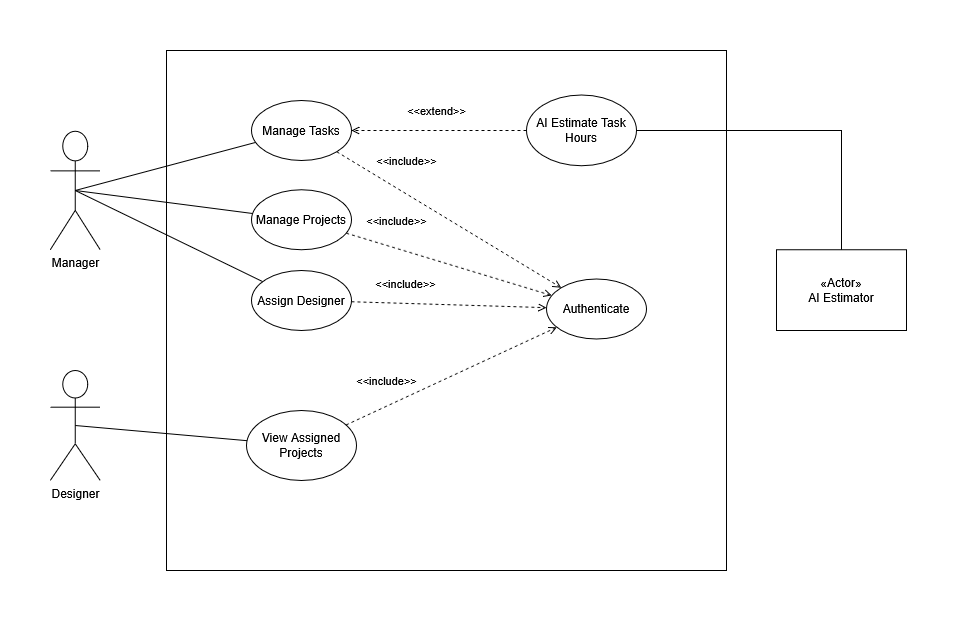
This is docs/diagrams/UseCaseSP2.drawio.png from mahdi000666/DesignFlow, a draw.io export, as it was before one commit. Source tidied: cells renumbered, new cells last; positions are measured from the earlier drawing's top-left corner, leaving out a move shared by most shapes. Source of this version:
```xml
<mxGraphModel>
  <root>
    <mxCell id="0" />
    <mxCell id="1" parent="0" />
    <mxCell id="2" value="&lt;div&gt;Manager&lt;/div&gt;&lt;div&gt;&lt;br&gt;&lt;/div&gt;" style="shape=umlActor;verticalLabelPosition=bottom;verticalAlign=top;html=1;outlineConnect=0;" parent="1" vertex="1">
      <mxGeometry x="-0.2" y="80.8" width="50" height="118.5" as="geometry" />
    </mxCell>
    <mxCell id="3" style="rounded=0;whiteSpace=wrap;html=1;" parent="1" vertex="1">
      <mxGeometry x="116" width="560" height="520" as="geometry" />
    </mxCell>
    <mxCell id="4" value="Designer" style="shape=umlActor;verticalLabelPosition=bottom;verticalAlign=top;html=1;outlineConnect=0;" parent="1" vertex="1">
      <mxGeometry x="-0.2" y="320" width="50" height="110" as="geometry" />
    </mxCell>
    <mxCell id="5" value="&lt;div&gt;Authenticate&lt;/div&gt;" style="ellipse;whiteSpace=wrap;html=1;" parent="1" vertex="1">
      <mxGeometry x="496" y="228.4" width="100" height="60" as="geometry" />
    </mxCell>
    <mxCell id="6" value="Manage Projects" style="ellipse;whiteSpace=wrap;html=1;" parent="1" vertex="1">
      <mxGeometry x="201" y="139.2" width="100" height="60" as="geometry" />
    </mxCell>
    <mxCell id="7" value="&amp;lt;&amp;lt;include&amp;gt;&amp;gt;" style="html=1;verticalAlign=bottom;labelBackgroundColor=none;endArrow=open;endFill=0;dashed=1;rounded=0;" parent="1" edge="1" source="6" target="5">
      <mxGeometry x="-0.56" y="17" relative="1" as="geometry" />
    </mxCell>
    <mxCell id="8" style="edgeStyle=none;html=1;endArrow=none;verticalAlign=bottom;rounded=0;exitX=0.5;exitY=0.5;exitDx=0;exitDy=0;exitPerimeter=0;" parent="1" edge="1" source="2" target="6">
      <mxGeometry relative="1" as="geometry" />
    </mxCell>
    <mxCell id="9" value="Assign Designer" style="ellipse;whiteSpace=wrap;html=1;" parent="1" vertex="1">
      <mxGeometry x="201" y="220" width="100" height="60" as="geometry" />
    </mxCell>
    <mxCell id="10" style="edgeStyle=none;html=1;endArrow=none;verticalAlign=bottom;rounded=0;exitX=0.5;exitY=0.5;exitDx=0;exitDy=0;exitPerimeter=0;" parent="1" edge="1" source="2" target="9">
      <mxGeometry relative="1" as="geometry" />
    </mxCell>
    <mxCell id="11" value="&amp;lt;&amp;lt;include&amp;gt;&amp;gt;" style="html=1;verticalAlign=bottom;labelBackgroundColor=none;endArrow=open;endFill=0;dashed=1;rounded=0;" parent="1" edge="1" source="9" target="5">
      <mxGeometry x="-0.45" y="10" relative="1" as="geometry" />
    </mxCell>
    <mxCell id="12" value="Manage Tasks" style="ellipse;whiteSpace=wrap;html=1;" parent="1" vertex="1">
      <mxGeometry x="201" y="50" width="100" height="60" as="geometry" />
    </mxCell>
    <mxCell id="13" value="&amp;lt;&amp;lt;include&amp;gt;&amp;gt;" style="html=1;verticalAlign=bottom;labelBackgroundColor=none;endArrow=open;endFill=0;dashed=1;rounded=0;" parent="1" edge="1" source="12" target="5">
      <mxGeometry x="-0.47" y="20" relative="1" as="geometry">
        <mxPoint x="1" as="offset" />
      </mxGeometry>
    </mxCell>
    <mxCell id="14" value="View Assigned Projects" style="ellipse;whiteSpace=wrap;html=1;" parent="1" vertex="1">
      <mxGeometry x="196" y="360" width="110" height="70" as="geometry" />
    </mxCell>
    <mxCell id="15" style="edgeStyle=none;html=1;endArrow=none;verticalAlign=bottom;rounded=0;exitX=0.5;exitY=0.5;exitDx=0;exitDy=0;exitPerimeter=0;" parent="1" edge="1" source="4" target="14">
      <mxGeometry relative="1" as="geometry" />
    </mxCell>
    <mxCell id="16" value="&amp;lt;&amp;lt;include&amp;gt;&amp;gt;" style="html=1;verticalAlign=bottom;labelBackgroundColor=none;endArrow=open;endFill=0;dashed=1;rounded=0;" parent="1" edge="1" source="14" target="5">
      <mxGeometry x="-0.56" y="14" relative="1" as="geometry" />
    </mxCell>
    <mxCell id="17" style="edgeStyle=none;html=1;endArrow=none;verticalAlign=bottom;rounded=0;exitX=0.5;exitY=0.5;exitDx=0;exitDy=0;exitPerimeter=0;" parent="1" edge="1" source="2" target="12">
      <mxGeometry relative="1" as="geometry" />
    </mxCell>
    <mxCell id="18" value="«Actor»&lt;br&gt;AI Estimator" style="html=1;whiteSpace=wrap;" parent="1" vertex="1">
      <mxGeometry x="726" y="199.2" width="130" height="80.8" as="geometry" />
    </mxCell>
    <mxCell id="19" value="AI Estimate Task Hours" style="ellipse;whiteSpace=wrap;html=1;" parent="1" vertex="1">
      <mxGeometry x="476" y="44.6" width="110" height="70.8" as="geometry" />
    </mxCell>
    <mxCell id="20" value="&amp;lt;&amp;lt;extend&amp;gt;&amp;gt;" style="html=1;verticalAlign=bottom;labelBackgroundColor=none;endArrow=open;endFill=0;dashed=1;rounded=0;" parent="1" edge="1" source="19" target="12">
      <mxGeometry x="0.03" y="-10" relative="1" as="geometry" />
    </mxCell>
    <mxCell id="21" style="edgeStyle=none;html=1;endArrow=none;verticalAlign=bottom;rounded=0;entryX=0.5;entryY=0;entryDx=0;entryDy=0;" parent="1" edge="1" source="19" target="18">
      <mxGeometry relative="1" as="geometry">
        <Array as="points">
          <mxPoint x="791" y="80" />
        </Array>
      </mxGeometry>
    </mxCell>
  </root>
</mxGraphModel>
```
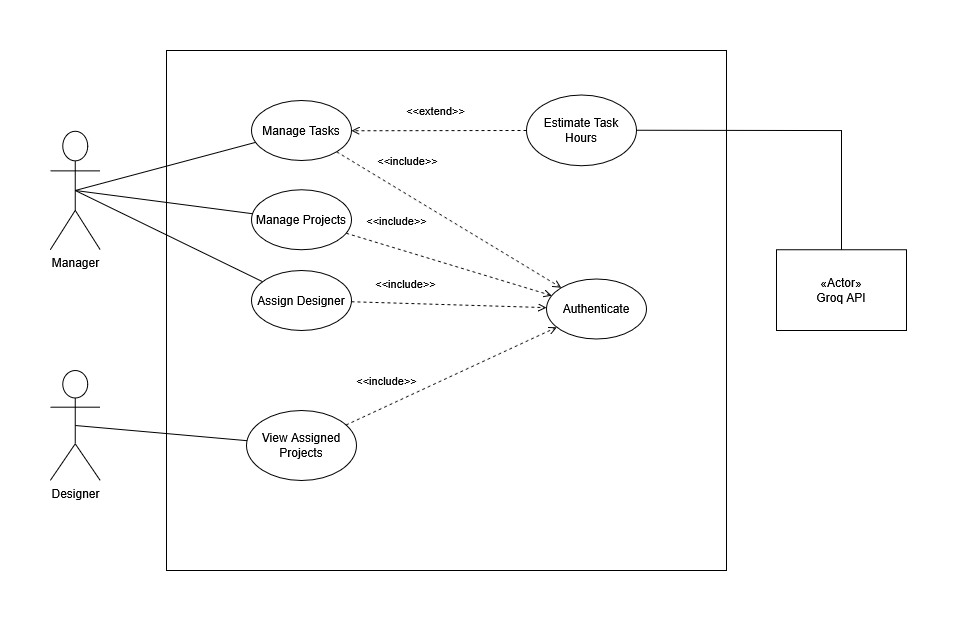
Above is the later version.

What changed in the source:
```diff
@@ -52,10 +52,10 @@
     <mxCell id="17" style="edgeStyle=none;html=1;endArrow=none;verticalAlign=bottom;rounded=0;exitX=0.5;exitY=0.5;exitDx=0;exitDy=0;exitPerimeter=0;" parent="1" edge="1" source="2" target="12">
       <mxGeometry relative="1" as="geometry" />
     </mxCell>
-    <mxCell id="18" value="«Actor»&lt;br&gt;AI Estimator" style="html=1;whiteSpace=wrap;" parent="1" vertex="1">
+    <mxCell id="18" value="«Actor»&lt;br&gt;Groq API" style="html=1;whiteSpace=wrap;" parent="1" vertex="1">
       <mxGeometry x="726" y="199.2" width="130" height="80.8" as="geometry" />
     </mxCell>
-    <mxCell id="19" value="AI Estimate Task Hours" style="ellipse;whiteSpace=wrap;html=1;" parent="1" vertex="1">
+    <mxCell id="19" value="Estimate Task Hours" style="ellipse;whiteSpace=wrap;html=1;" parent="1" vertex="1">
       <mxGeometry x="476" y="44.6" width="110" height="70.8" as="geometry" />
     </mxCell>
     <mxCell id="20" value="&amp;lt;&amp;lt;extend&amp;gt;&amp;gt;" style="html=1;verticalAlign=bottom;labelBackgroundColor=none;endArrow=open;endFill=0;dashed=1;rounded=0;" parent="1" edge="1" source="19" target="12">
```
